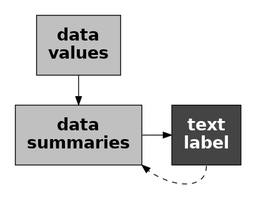
This is Diagrams/data-stat-label.png from pmur002/hdvw, a Graphviz export, as it was before one commit. Its source is kept beside it as Diagrams/data-stat-label.dot. Its diagram source:
```dot
digraph {
  graph [ rankdir=LR; margin=.2; nodesep=.5 ];
  node [ fontsize=20; fontname="sans bold"; margin=.2 ];
  data [ label="data\nvalues"; shape=box; style=filled; fillcolor=gray ]
  stat [ label="data\nsummaries"; shape=box; style=filled; fillcolor=gray ]
  label [ label="text\nlabel"; shape=box;
          style=filled; fillcolor="#444444"; fontcolor=white ]
  data -> stat
  stat -> label
  label:s -> stat:se [ style="dashed" ]
{ rank=same; data, stat }
}
```
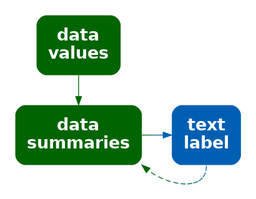
After the commit.

What changed in the source:
```diff
@@ -1,12 +1,12 @@
 digraph {
   graph [ rankdir=LR; margin=.2; nodesep=.5 ];
   node [ fontsize=20; fontname="sans bold"; margin=.2 ];
-  data [ label="data\nvalues"; shape=box; style=filled; fillcolor=gray ]
-  stat [ label="data\nsummaries"; shape=box; style=filled; fillcolor=gray ]
+  data [ label="data\nvalues"; shape=box; style="filled, rounded"; penwidth=0; fontcolor=white; fillcolor="#006400" ]
+  stat [ label="data\nsummaries"; shape=box; style="filled, rounded"; penwidth=0; fontcolor=white; fillcolor="#006400" ]
   label [ label="text\nlabel"; shape=box;
-          style=filled; fillcolor="#444444"; fontcolor=white ]
-  data -> stat
-  stat -> label
-  label:s -> stat:se [ style="dashed" ]
+       style="filled, rounded"; penwidth=0; fontcolor=white; fillcolor="#005FB2" ]
+  data -> stat [ color="#006400" ]
+  stat -> label [ color="#006400;0.1:#006314;0.1:#006328;0.1:#00623B;0.1:#00624F;0.1:#006163;0.1:#006177;0.1:#00608A;0.1:#00609E;0.1:#005FB2;0.1" ]
+  label:s -> stat:se [ style="dashed", color="#005FB2;0.1:#00609E;0.1:#00608A;0.1:#006177;0.1:#006163;0.1:#00624F;0.1:#00623B;0.1:#006328;0.1:#006314;0.1:#006400;0.1" ]
 { rank=same; data, stat }
 }
```
